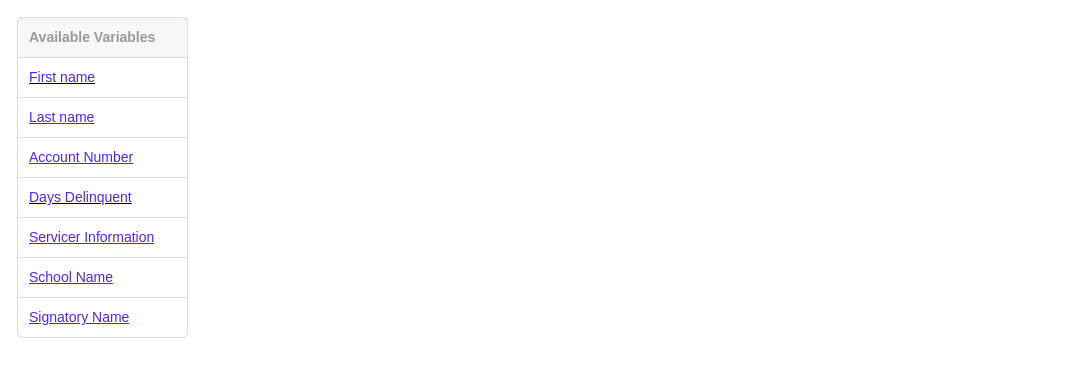
Above: page "Page-2" (4 of 4) of Campaign Screens.drawio in mfoulk/diagrams (draw.io), before the change. Source tidied: cells renumbered, new cells numbered last; positions are measured from the earlier drawing's top-left corner, leaving out a move shared by most shapes. Both pictures are drawn from the tidied source at 100%, with x=0, y=0 at pixel (17, 17).
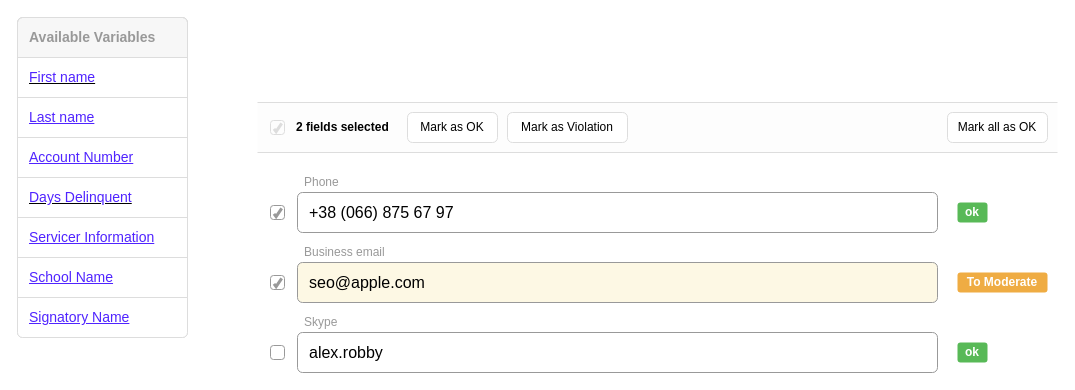
The same page after the edit.

Change to the diagram source:
```diff
@@
+    <mxCell id="12" style="html=1;shadow=0;dashed=0;shape=mxgraph.bootstrap.horLines;strokeColor=#dddddd;fillColor=#fdfdfd;" parent="1" vertex="1">
+      <mxGeometry x="240" y="85" width="800" height="50" as="geometry" />
+    </mxCell>
+    <mxCell id="13" value="2 fields selected" style="html=1;shadow=0;dashed=0;shape=mxgraph.bootstrap.checkbox;strokeColor=#dddddd;fillColor=none;align=left;labelPosition=right;spacingLeft=10;fontStyle=1;" parent="12" vertex="1">
+      <mxGeometry y="0.5" width="14" height="14" relative="1" as="geometry">
+        <mxPoint x="13" y="-7" as="offset" />
+      </mxGeometry>
+    </mxCell>
+    <mxCell id="14" value="Mark as OK" style="html=1;shadow=0;dashed=0;shape=mxgraph.bootstrap.rrect;rSize=5;strokeColor=#dddddd;fillColor=#ffffff;whiteSpace=wrap;" parent="12" vertex="1">
+      <mxGeometry y="0.5" width="90" height="30" relative="1" as="geometry">
+        <mxPoint x="150" y="-15" as="offset" />
+      </mxGeometry>
+    </mxCell>
+    <mxCell id="15" value="Mark as Violation" style="html=1;shadow=0;dashed=0;shape=mxgraph.bootstrap.rrect;rSize=5;strokeColor=#dddddd;fillColor=#ffffff;whiteSpace=wrap;" parent="12" vertex="1">
+      <mxGeometry y="0.5" width="120" height="30" relative="1" as="geometry">
+        <mxPoint x="250" y="-15" as="offset" />
+      </mxGeometry>
+    </mxCell>
+    <mxCell id="16" value="Mark all as OK" style="html=1;shadow=0;dashed=0;shape=mxgraph.bootstrap.rrect;rSize=5;strokeColor=#dddddd;fillColor=#ffffff;whiteSpace=wrap;" parent="12" vertex="1">
+      <mxGeometry x="1" y="0.5" width="100" height="30" relative="1" as="geometry">
+        <mxPoint x="-110" y="-15" as="offset" />
+      </mxGeometry>
+    </mxCell>
+    <mxCell id="17" value="Phone" style="html=1;shadow=0;dashed=0;shape=mxgraph.bootstrap.rect;strokeColor=none;fillColor=none;fontColor=#999999;align=left;spacingLeft=5;whiteSpace=wrap;" parent="1" vertex="1">
+      <mxGeometry x="280" y="155" width="100" height="20" as="geometry" />
+    </mxCell>
+    <mxCell id="18" style="html=1;shadow=0;dashed=0;shape=mxgraph.bootstrap.checkbox;strokeColor=#999999;fillColor=#ffffff;" parent="1" vertex="1">
+      <mxGeometry x="253" y="188" width="14" height="14" as="geometry" />
+    </mxCell>
+    <mxCell id="19" value="+38 (066) 875 67 97" style="html=1;shadow=0;dashed=0;shape=mxgraph.bootstrap.rrect;rSize=5;strokeColor=#999999;fillColor=#ffffff;align=left;fontSize=16;spacingLeft=10;whiteSpace=wrap;" parent="1" vertex="1">
+      <mxGeometry x="280" y="175" width="640" height="40" as="geometry" />
+    </mxCell>
+    <mxCell id="20" value="ok" style="html=1;shadow=0;dashed=0;shape=mxgraph.bootstrap.rrect;align=center;rSize=3;strokeColor=none;fillColor=#58B957;fontSize=12;fontStyle=1;fontColor=#ffffff;whiteSpace=wrap;" parent="1" vertex="1">
+      <mxGeometry x="940" y="185" width="30" height="20" as="geometry" />
+    </mxCell>
+    <mxCell id="21" value="Business email" style="html=1;shadow=0;dashed=0;shape=mxgraph.bootstrap.rect;strokeColor=none;fillColor=none;fontColor=#999999;align=left;spacingLeft=5;whiteSpace=wrap;" parent="1" vertex="1">
+      <mxGeometry x="280" y="225" width="100" height="20" as="geometry" />
+    </mxCell>
+    <mxCell id="22" style="html=1;shadow=0;dashed=0;shape=mxgraph.bootstrap.checkbox;strokeColor=#999999;fillColor=#ffffff;" parent="1" vertex="1">
+      <mxGeometry x="253" y="258" width="14" height="14" as="geometry" />
+    </mxCell>
+    <mxCell id="23" value="seo@apple.com" style="html=1;shadow=0;dashed=0;shape=mxgraph.bootstrap.rrect;rSize=5;strokeColor=#999999;fillColor=#FDF8E4;align=left;fontSize=16;spacingLeft=10;whiteSpace=wrap;" parent="1" vertex="1">
+      <mxGeometry x="280" y="245" width="640" height="40" as="geometry" />
+    </mxCell>
+    <mxCell id="24" value="To Moderate" style="html=1;shadow=0;dashed=0;shape=mxgraph.bootstrap.rrect;align=center;rSize=3;strokeColor=none;fillColor=#EFAC43;fontSize=12;fontStyle=1;fontColor=#ffffff;whiteSpace=wrap;" parent="1" vertex="1">
+      <mxGeometry x="940" y="255" width="90" height="20" as="geometry" />
+    </mxCell>
+    <mxCell id="25" value="Skype" style="html=1;shadow=0;dashed=0;shape=mxgraph.bootstrap.rect;strokeColor=none;fillColor=none;fontColor=#999999;align=left;spacingLeft=5;whiteSpace=wrap;" parent="1" vertex="1">
+      <mxGeometry x="280" y="295" width="100" height="20" as="geometry" />
+    </mxCell>
+    <mxCell id="26" style="html=1;shadow=0;dashed=0;shape=mxgraph.bootstrap.rrect;rSize=3;strokeColor=#999999;fillColor=#ffffff;" parent="1" vertex="1">
+      <mxGeometry x="253" y="328" width="14" height="14" as="geometry" />
+    </mxCell>
+    <mxCell id="27" value="alex.robby" style="html=1;shadow=0;dashed=0;shape=mxgraph.bootstrap.rrect;rSize=5;strokeColor=#999999;fillColor=#ffffff;align=left;fontSize=16;spacingLeft=10;whiteSpace=wrap;" parent="1" vertex="1">
+      <mxGeometry x="280" y="315" width="640" height="40" as="geometry" />
+    </mxCell>
+    <mxCell id="28" value="ok" style="html=1;shadow=0;dashed=0;shape=mxgraph.bootstrap.rrect;rSize=3;align=center;strokeColor=none;fillColor=#58B957;fontSize=12;fontStyle=1;fontColor=#ffffff;whiteSpace=wrap;" parent="1" vertex="1">
+      <mxGeometry x="940" y="325" width="30" height="20" as="geometry" />
+    </mxCell>
```
